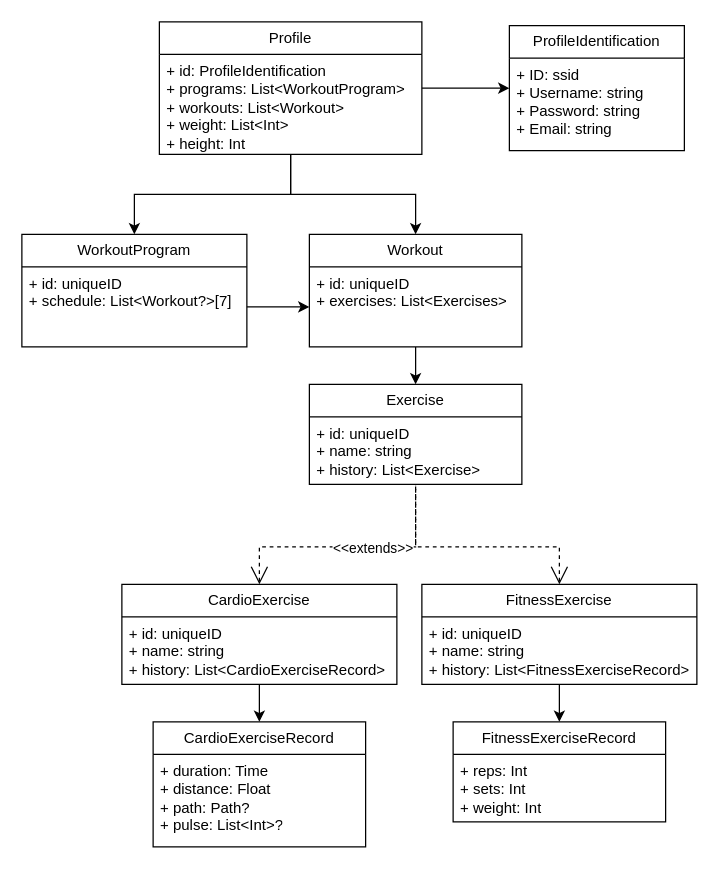
This is page "Page-2" (2 of 2) of documentation/DatabaseSchema.drawio from janneskasper/conFitAPI, a draw.io file, before an edit. Source tidied: cells renumbered, new cells numbered last; positions are measured from the earlier drawing's top-left corner, leaving out a move shared by most shapes. Both pictures are drawn from the tidied source at 125%, with x=0, y=0 at pixel (21, 21).
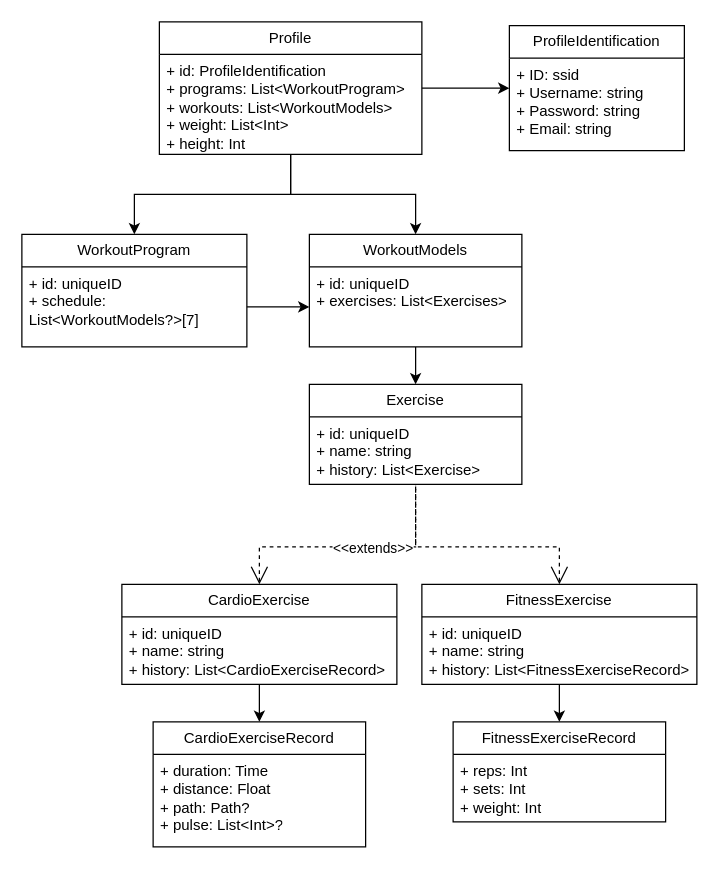
The same diagram, later.

Unchanged cells that the change refers to:
```xml
<mxCell id="5" value="Profile" style="swimlane;fontStyle=0;horizontal=1;startSize=26;fillColor=none;whiteSpace=wrap;html=1;" parent="1" vertex="1">
  <mxGeometry x="110" width="210" height="106" as="geometry" />
</mxCell>
<mxCell id="12" value="WorkoutProgram" style="swimlane;fontStyle=0;horizontal=1;startSize=26;fillColor=none;whiteSpace=wrap;html=1;" parent="1" vertex="1">
  <mxGeometry y="170" width="180" height="90" as="geometry" />
</mxCell>
```

Diff of the diagram source:
```diff
@@
-    <mxCell id="6" value="+ id: ProfileIdentification&lt;br&gt;+ programs: List&amp;lt;WorkoutProgram&amp;gt;&lt;br&gt;+ workouts: List&amp;lt;Workout&amp;gt;&lt;br&gt;+ weight: List&amp;lt;Int&amp;gt;&lt;br&gt;+ height: Int" style="text;strokeColor=none;fillColor=none;align=left;verticalAlign=top;spacingLeft=4;spacingRight=4;overflow=hidden;whiteSpace=wrap;html=1;" parent="5" vertex="1">
+    <mxCell id="6" value="+ id: ProfileIdentification&lt;br&gt;+ programs: List&amp;lt;WorkoutProgram&amp;gt;&lt;br&gt;+ workouts: List&amp;lt;WorkoutModels&amp;gt;&lt;br&gt;+ weight: List&amp;lt;Int&amp;gt;&lt;br&gt;+ height: Int" style="text;strokeColor=none;fillColor=none;align=left;verticalAlign=top;spacingLeft=4;spacingRight=4;overflow=hidden;whiteSpace=wrap;html=1;" parent="5" vertex="1">
       <mxGeometry y="26" width="210" height="80" as="geometry" />
     </mxCell>
@@
-    <mxCell id="10" value="Workout" style="swimlane;fontStyle=0;horizontal=1;startSize=26;fillColor=none;whiteSpace=wrap;html=1;" parent="1" vertex="1">
+    <mxCell id="10" value="WorkoutModels" style="swimlane;fontStyle=0;horizontal=1;startSize=26;fillColor=none;whiteSpace=wrap;html=1;" parent="1" vertex="1">
       <mxGeometry x="230" y="170" width="170" height="90" as="geometry" />
     </mxCell>
@@
-    <mxCell id="13" value="+ id: uniqueID&lt;br&gt;+ schedule: List&amp;lt;Workout?&amp;gt;[7]" style="text;strokeColor=none;fillColor=none;align=left;verticalAlign=top;spacingLeft=4;spacingRight=4;overflow=hidden;points=[[0,0.5],[1,0.5]];portConstraint=eastwest;whiteSpace=wrap;html=1;" parent="12" vertex="1">
+    <mxCell id="13" value="+ id: uniqueID&lt;br&gt;+ schedule: List&amp;lt;WorkoutModels?&amp;gt;[7]" style="text;strokeColor=none;fillColor=none;align=left;verticalAlign=top;spacingLeft=4;spacingRight=4;overflow=hidden;points=[[0,0.5],[1,0.5]];portConstraint=eastwest;whiteSpace=wrap;html=1;" parent="12" vertex="1">
       <mxGeometry y="26" width="180" height="64" as="geometry" />
     </mxCell>
```
